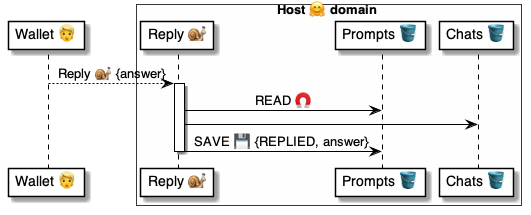
Earlier version of the PlantUML export 4 ⚙️ Solution/41 🎭 Domain Roles/Hosts 🤗/🤗📨 Host msgs/Reply 🧑‍🦰🐌🤗/🤗 Reply ⚙️ uml.png (pollyweb-org/pollyweb-docs). Its source is kept beside it as 4 ⚙️ Solution/41 🎭 Domain Roles/Hosts 🤗/🤗📨 Host msgs/Reply 🧑‍🦰🐌🤗/🤗 Reply ⚙️ uml.puml. Source of this version:
```plantuml
@startuml OnPromptReplied

participant "Wallet 👱" as wallet
box Host 🤗 domain #FFFFFD
    participant "Reply 🐌" as handler
    participant "Prompts 🪣" as prompts
    participant "Chats 🪣" as chats
end box

wallet --> handler: Reply 🐌 {answer}
activate handler
    handler -> prompts: READ 🧲
    handler -> chats:
    handler -> prompts: SAVE 💾 {REPLIED, answer}
deactivate handler


@enduml
```
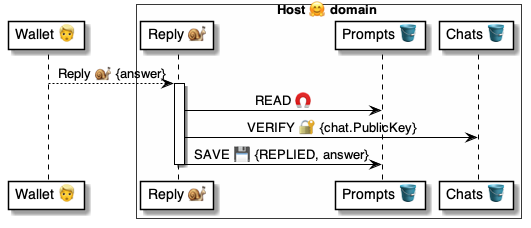
Later version of the same file.

Change to the diagram source:
```diff
@@ -7,10 +7,11 @@
     participant "Chats 🪣" as chats
 end box
 
+
 wallet --> handler: Reply 🐌 {answer}
 activate handler
     handler -> prompts: READ 🧲
-    handler -> chats:
+    handler -> chats: VERIFY 🔐 {chat.PublicKey}
     handler -> prompts: SAVE 💾 {REPLIED, answer}
 deactivate handler
 
```
